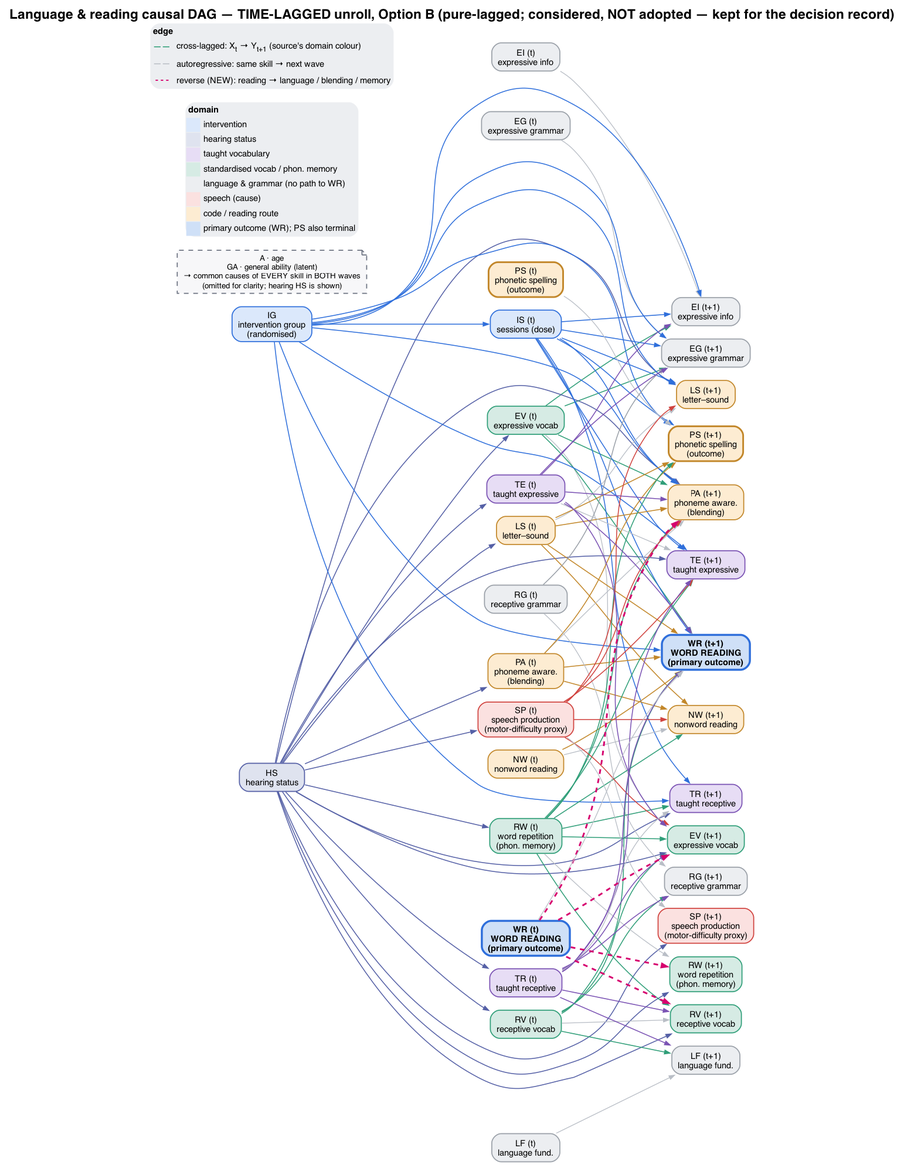
dseinternational/language-reading-predictors keeps this Graphviz diagram as dag/dag-language-reading-lagged.png. Above is the earlier version. Its source is kept beside it as dag/dag-language-reading-lagged.dot. The source it was exported from:
```dot
digraph LRP_LAGGED {
  rankdir=LR; bgcolor="white"; labelloc="t"; fontname="Helvetica-Bold"; fontsize=17;
  label="Language & reading causal DAG — TIME-LAGGED unroll, Option B (pure-lagged; considered, NOT adopted — kept for the decision record)";
  nodesep=0.24; ranksep=1.5; splines=true;
  node [shape=box, style="rounded,filled", fontname="Helvetica", fontsize=11, margin="0.11,0.06", penwidth=1.3, color="#9aa0a8", fillcolor="#eceef1"];
  edge [arrowsize=0.7];
  "EG_t" [label="EG (t)\nexpressive grammar", fillcolor="#eceef1", color="#9aa0a8"];
  "EG_t1" [label="EG (t+1)\nexpressive grammar", fillcolor="#eceef1", color="#9aa0a8"];
  "EI_t" [label="EI (t)\nexpressive info", fillcolor="#eceef1", color="#9aa0a8"];
  "EI_t1" [label="EI (t+1)\nexpressive info", fillcolor="#eceef1", color="#9aa0a8"];
  "EV_t" [label="EV (t)\nexpressive vocab", fillcolor="#d6ebe4", color="#2f9e78"];
  "EV_t1" [label="EV (t+1)\nexpressive vocab", fillcolor="#d6ebe4", color="#2f9e78"];
  "HS" [label="HS\nhearing status", fillcolor="#dfe3ef", color="#5560a6"];
  "IG" [label="IG\nintervention group\n(randomised)", fillcolor="#dbe8fb", color="#2f6fdb"];
  "IS_t" [label="IS (t)\nsessions (dose)", fillcolor="#dbe8fb", color="#2f6fdb"];
  "LF_t" [label="LF (t)\nlanguage fund.", fillcolor="#eceef1", color="#9aa0a8"];
  "LF_t1" [label="LF (t+1)\nlanguage fund.", fillcolor="#eceef1", color="#9aa0a8"];
  "LS_t" [label="LS (t)\nletter–sound", fillcolor="#fdecd2", color="#c2872a"];
  "LS_t1" [label="LS (t+1)\nletter–sound", fillcolor="#fdecd2", color="#c2872a"];
  "NW_t" [label="NW (t)\nnonword reading", fillcolor="#fdecd2", color="#c2872a"];
  "NW_t1" [label="NW (t+1)\nnonword reading", fillcolor="#fdecd2", color="#c2872a"];
  "PA_t" [label="PA (t)\nphoneme aware.\n(blending)", fillcolor="#fdecd2", color="#c2872a"];
  "PA_t1" [label="PA (t+1)\nphoneme aware.\n(blending)", fillcolor="#fdecd2", color="#c2872a"];
  "PS_t" [label="PS (t)\nphonetic spelling\n(outcome)", fillcolor="#fdecd2", color="#c2872a", penwidth=2.2];
  "PS_t1" [label="PS (t+1)\nphonetic spelling\n(outcome)", fillcolor="#fdecd2", color="#c2872a", penwidth=2.2];
  "RG_t" [label="RG (t)\nreceptive grammar", fillcolor="#eceef1", color="#9aa0a8"];
  "RG_t1" [label="RG (t+1)\nreceptive grammar", fillcolor="#eceef1", color="#9aa0a8"];
  "RV_t" [label="RV (t)\nreceptive vocab", fillcolor="#d6ebe4", color="#2f9e78"];
  "RV_t1" [label="RV (t+1)\nreceptive vocab", fillcolor="#d6ebe4", color="#2f9e78"];
  "RW_t" [label="RW (t)\nword repetition\n(phon. memory)", fillcolor="#d6ebe4", color="#2f9e78"];
  "RW_t1" [label="RW (t+1)\nword repetition\n(phon. memory)", fillcolor="#d6ebe4", color="#2f9e78"];
  "SP_t" [label="SP (t)\nspeech production\n(motor-difficulty proxy)", fillcolor="#fbe1e0", color="#d0433f"];
  "SP_t1" [label="SP (t+1)\nspeech production\n(motor-difficulty proxy)", fillcolor="#fbe1e0", color="#d0433f"];
  "TE_t" [label="TE (t)\ntaught expressive", fillcolor="#e7ddf5", color="#7a52b3"];
  "TE_t1" [label="TE (t+1)\ntaught expressive", fillcolor="#e7ddf5", color="#7a52b3"];
  "TR_t" [label="TR (t)\ntaught receptive", fillcolor="#e7ddf5", color="#7a52b3"];
  "TR_t1" [label="TR (t+1)\ntaught receptive", fillcolor="#e7ddf5", color="#7a52b3"];
  "WR_t" [label="WR (t)\nWORD READING\n(primary outcome)", fillcolor="#cfe0f7", color="#2f6fdb", penwidth=2.6, fontname="Helvetica-Bold"];
  "WR_t1" [label="WR (t+1)\nWORD READING\n(primary outcome)", fillcolor="#cfe0f7", color="#2f6fdb", penwidth=2.6, fontname="Helvetica-Bold"];
  ABG [label="A · age\nGA · general ability (latent)\n→ common causes of EVERY skill in BOTH waves\n(omitted for clarity; hearing HS is shown)", shape=note, fillcolor="#f7f7f9", color="#6b7280", fontsize=10, style="filled,dashed"];
  LEG [shape=none, margin=0, label=<
    <table border="0" cellborder="0" cellspacing="1" cellpadding="3">
      <tr><td colspan="2" align="left"><b>domain</b></td></tr>
      <tr><td bgcolor="#dbe8fb" width="18"> </td><td align="left">intervention</td></tr>
      <tr><td bgcolor="#dfe3ef" width="18"> </td><td align="left">hearing status</td></tr>
      <tr><td bgcolor="#e7ddf5" width="18"> </td><td align="left">taught vocabulary</td></tr>
      <tr><td bgcolor="#d6ebe4" width="18"> </td><td align="left">standardised vocab / phon. memory</td></tr>
      <tr><td bgcolor="#eceef1" width="18"> </td><td align="left">language &amp; grammar (no path to WR)</td></tr>
      <tr><td bgcolor="#fbe1e0" width="18"> </td><td align="left">speech (cause)</td></tr>
      <tr><td bgcolor="#fdecd2" width="18"> </td><td align="left">code / reading route</td></tr>
      <tr><td bgcolor="#cfe0f7" width="18"> </td><td align="left">primary outcome (WR); PS also terminal</td></tr>
    </table>>];
  LEG2 [shape=none, margin=0, label=<
    <table border="0" cellborder="0" cellspacing="1" cellpadding="3">
      <tr><td colspan="2" align="left"><b>edge</b></td></tr>
      <tr><td><font color="#2f9e78"><b>&#8212;&#8212;</b></font></td><td align="left">cross-lagged: X<sub>t</sub> &#8594; Y<sub>t+1</sub> (source's domain colour)</td></tr>
      <tr><td><font color="#b9bec6"><b>&#8212;&#8212;</b></font></td><td align="left">autoregressive: same skill &#8594; next wave</td></tr>
      <tr><td><font color="#d6006e"><b>- - -</b></font></td><td align="left">reverse (NEW): reading &#8594; language / blending / memory</td></tr>
    </table>>];
  "TR_t" -> "TR_t1" [color="#b9bec6", penwidth=1.0];
  "TE_t" -> "TE_t1" [color="#b9bec6", penwidth=1.0];
  "RV_t" -> "RV_t1" [color="#b9bec6", penwidth=1.0];
  "EV_t" -> "EV_t1" [color="#b9bec6", penwidth=1.0];
  "LF_t" -> "LF_t1" [color="#b9bec6", penwidth=1.0];
  "RG_t" -> "RG_t1" [color="#b9bec6", penwidth=1.0];
  "RW_t" -> "RW_t1" [color="#b9bec6", penwidth=1.0];
  "EI_t" -> "EI_t1" [color="#b9bec6", penwidth=1.0];
  "EG_t" -> "EG_t1" [color="#b9bec6", penwidth=1.0];
  "SP_t" -> "SP_t1" [color="#b9bec6", penwidth=1.0];
  "LS_t" -> "LS_t1" [color="#b9bec6", penwidth=1.0];
  "NW_t" -> "NW_t1" [color="#b9bec6", penwidth=1.0];
  "PA_t" -> "PA_t1" [color="#b9bec6", penwidth=1.0];
  "PS_t" -> "PS_t1" [color="#b9bec6", penwidth=1.0];
  "WR_t" -> "WR_t1" [color="#b9bec6", penwidth=1.0];
  "TR_t" -> "TE_t1" [color="#7a52b3", penwidth=1.15];
  "TR_t" -> "RV_t1" [color="#7a52b3", penwidth=1.15];
  "TR_t" -> "EV_t1" [color="#7a52b3", penwidth=1.15];
  "TR_t" -> "LF_t1" [color="#7a52b3", penwidth=1.15];
  "TR_t" -> "RG_t1" [color="#7a52b3", penwidth=1.15];
  "TR_t" -> "WR_t1" [color="#7a52b3", penwidth=1.15];
  "TE_t" -> "EV_t1" [color="#7a52b3", penwidth=1.15];
  "TE_t" -> "EG_t1" [color="#7a52b3", penwidth=1.15];
  "TE_t" -> "EI_t1" [color="#7a52b3", penwidth=1.15];
  "TE_t" -> "PA_t1" [color="#7a52b3", penwidth=1.15];
  "TE_t" -> "WR_t1" [color="#7a52b3", penwidth=1.15];
  "RW_t" -> "TE_t1" [color="#2f9e78", penwidth=1.15];
  "RW_t" -> "EV_t1" [color="#2f9e78", penwidth=1.15];
  "RW_t" -> "TR_t1" [color="#2f9e78", penwidth=1.15];
  "RW_t" -> "RV_t1" [color="#2f9e78", penwidth=1.15];
  "RW_t" -> "PA_t1" [color="#2f9e78", penwidth=1.15];
  "RW_t" -> "NW_t1" [color="#2f9e78", penwidth=1.15];
  "RW_t" -> "PS_t1" [color="#2f9e78", penwidth=1.15];
  "RV_t" -> "EV_t1" [color="#2f9e78", penwidth=1.15];
  "RV_t" -> "LF_t1" [color="#2f9e78", penwidth=1.15];
  "RV_t" -> "RG_t1" [color="#2f9e78", penwidth=1.15];
  "RV_t" -> "WR_t1" [color="#2f9e78", penwidth=1.15];
  "EV_t" -> "EG_t1" [color="#2f9e78", penwidth=1.15];
  "EV_t" -> "EI_t1" [color="#2f9e78", penwidth=1.15];
  "EV_t" -> "PA_t1" [color="#2f9e78", penwidth=1.15];
  "EV_t" -> "WR_t1" [color="#2f9e78", penwidth=1.15];
  "SP_t" -> "TE_t1" [color="#d0433f", penwidth=1.15];
  "SP_t" -> "EV_t1" [color="#d0433f", penwidth=1.15];
  "SP_t" -> "LS_t1" [color="#d0433f", penwidth=1.15];
  "SP_t" -> "PA_t1" [color="#d0433f", penwidth=1.15];
  "SP_t" -> "NW_t1" [color="#d0433f", penwidth=1.15];
  "LS_t" -> "NW_t1" [color="#c2872a", penwidth=1.15];
  "LS_t" -> "PA_t1" [color="#c2872a", penwidth=1.15];
  "LS_t" -> "PS_t1" [color="#c2872a", penwidth=1.15];
  "LS_t" -> "WR_t1" [color="#c2872a", penwidth=1.15];
  "NW_t" -> "WR_t1" [color="#c2872a", penwidth=1.15];
  "PA_t" -> "NW_t1" [color="#c2872a", penwidth=1.15];
  "PA_t" -> "WR_t1" [color="#c2872a", penwidth=1.15];
  "PA_t" -> "PS_t1" [color="#c2872a", penwidth=1.15];
  "RG_t" -> "EG_t1" [color="#9aa0a8", penwidth=1.15];
  "WR_t" -> "EV_t1" [color="#d6006e", style=dashed, penwidth=2.2];
  "WR_t" -> "RV_t1" [color="#d6006e", style=dashed, penwidth=2.2];
  "WR_t" -> "PA_t1" [color="#d6006e", style=dashed, penwidth=2.2];
  "WR_t" -> "RW_t1" [color="#d6006e", style=dashed, penwidth=2.2];
  "HS" -> "TR_t" [color="#5560a6", penwidth=1.15];
  "HS" -> "RV_t" [color="#5560a6", penwidth=1.15];
  "HS" -> "TE_t" [color="#5560a6", penwidth=1.15];
  "HS" -> "EV_t" [color="#5560a6", penwidth=1.15];
  "HS" -> "SP_t" [color="#5560a6", penwidth=1.15];
  "HS" -> "RW_t" [color="#5560a6", penwidth=1.15];
  "HS" -> "PA_t" [color="#5560a6", penwidth=1.15];
  "HS" -> "LS_t" [color="#5560a6", penwidth=1.15];
  "HS" -> "TR_t1" [color="#5560a6", penwidth=1.15];
  "HS" -> "RV_t1" [color="#5560a6", penwidth=1.15];
  "HS" -> "TE_t1" [color="#5560a6", penwidth=1.15];
  "HS" -> "EV_t1" [color="#5560a6", penwidth=1.15];
  "HS" -> "SP_t1" [color="#5560a6", penwidth=1.15];
  "HS" -> "RW_t1" [color="#5560a6", penwidth=1.15];
  "HS" -> "PA_t1" [color="#5560a6", penwidth=1.15];
  "HS" -> "LS_t1" [color="#5560a6", penwidth=1.15];
  "IG" -> "IS_t" [color="#2f6fdb", penwidth=1.15];
  "IG" -> "TR_t1" [color="#2f6fdb", penwidth=1.15];
  "IG" -> "TE_t1" [color="#2f6fdb", penwidth=1.15];
  "IG" -> "PA_t1" [color="#2f6fdb", penwidth=1.15];
  "IG" -> "LS_t1" [color="#2f6fdb", penwidth=1.15];
  "IG" -> "WR_t1" [color="#2f6fdb", penwidth=1.15];
  "IG" -> "PS_t1" [color="#2f6fdb", penwidth=1.15];
  "IG" -> "EI_t1" [color="#2f6fdb", penwidth=1.15];
  "IG" -> "EG_t1" [color="#2f6fdb", penwidth=1.15];
  "IS_t" -> "TR_t1" [color="#2f6fdb", penwidth=1.15];
  "IS_t" -> "TE_t1" [color="#2f6fdb", penwidth=1.15];
  "IS_t" -> "PA_t1" [color="#2f6fdb", penwidth=1.15];
  "IS_t" -> "LS_t1" [color="#2f6fdb", penwidth=1.15];
  "IS_t" -> "WR_t1" [color="#2f6fdb", penwidth=1.15];
  "IS_t" -> "PS_t1" [color="#2f6fdb", penwidth=1.15];
  "IS_t" -> "EI_t1" [color="#2f6fdb", penwidth=1.15];
  "IS_t" -> "EG_t1" [color="#2f6fdb", penwidth=1.15];
  {rank=source; "IG"; "HS"; "ABG"; "LEG"; "LEG2";}
  {rank=same; "EG_t"; "EI_t"; "EV_t"; "IS_t"; "LF_t"; "LS_t"; "NW_t"; "PA_t"; "PS_t"; "RG_t"; "RV_t"; "RW_t"; "SP_t"; "TE_t"; "TR_t"; "WR_t";}
  {rank=same; "EG_t1"; "EI_t1"; "EV_t1"; "LF_t1"; "LS_t1"; "NW_t1"; "PA_t1"; "PS_t1"; "RG_t1"; "RV_t1"; "RW_t1"; "SP_t1"; "TE_t1"; "TR_t1"; "WR_t1";}
}
```
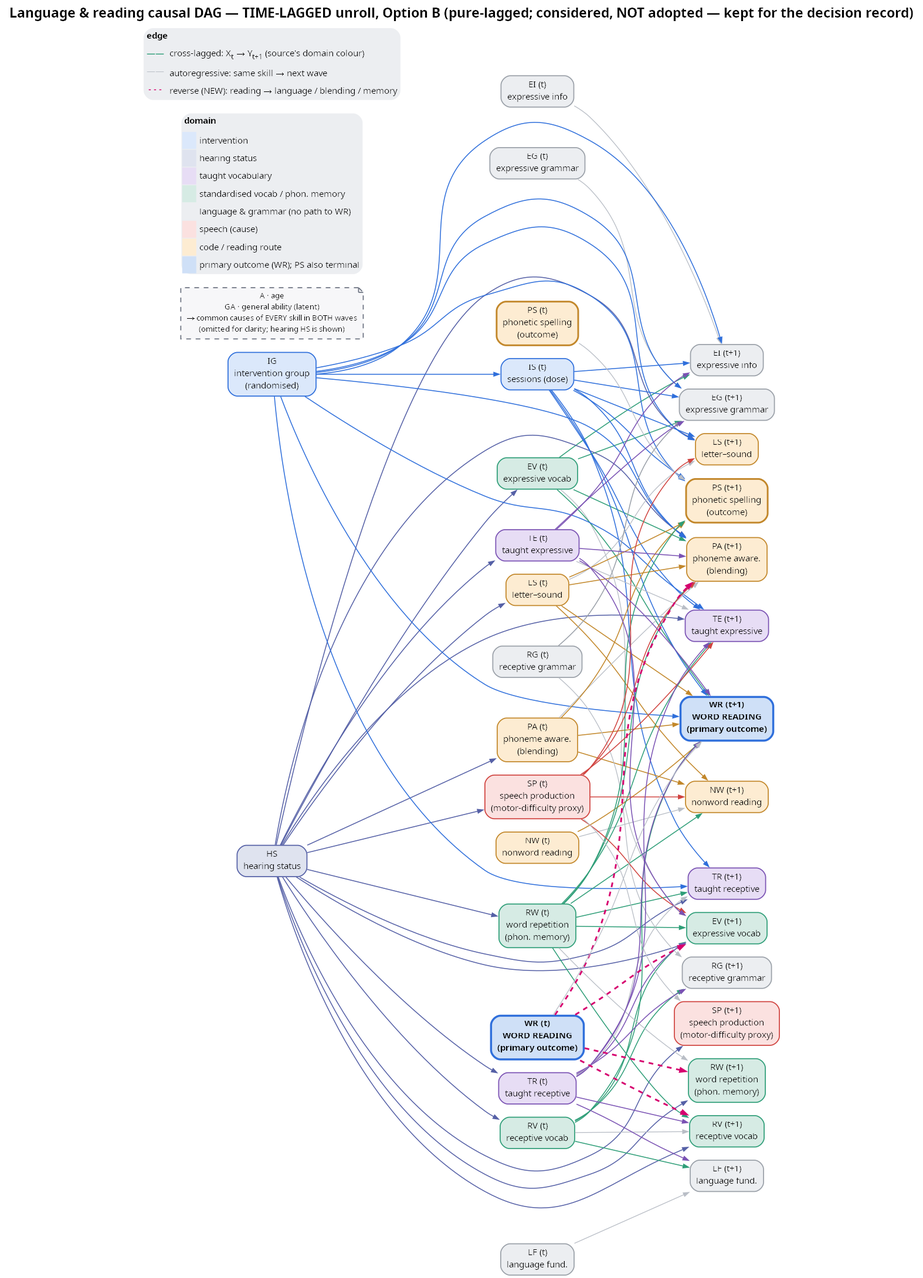
Later version of the same file.

Diff of the diagram source:
```diff
@@ -1,8 +1,8 @@
 digraph LRP_LAGGED {
-  rankdir=LR; bgcolor="white"; labelloc="t"; fontname="Helvetica-Bold"; fontsize=17;
-  label="Language & reading causal DAG — TIME-LAGGED unroll, Option B (pure-lagged; considered, NOT adopted — kept for the decision record)";
+  rankdir=LR; bgcolor="white"; labelloc="t"; fontname="Noto Sans,sans-serif"; fontsize=17;
+  label=<<B>Language &amp; reading causal DAG — TIME-LAGGED unroll, Option B (pure-lagged; considered, NOT adopted — kept for the decision record)</B>>;
   nodesep=0.24; ranksep=1.5; splines=true;
-  node [shape=box, style="rounded,filled", fontname="Helvetica", fontsize=11, margin="0.11,0.06", penwidth=1.3, color="#9aa0a8", fillcolor="#eceef1"];
+  node [shape=box, style="rounded,filled", fontname="Noto Sans,sans-serif", fontsize=11, margin="0.11,0.06", penwidth=1.3, color="#9aa0a8", fillcolor="#eceef1"];
   edge [arrowsize=0.7];
   "EG_t" [label="EG (t)\nexpressive grammar", fillcolor="#eceef1", color="#9aa0a8"];
   "EG_t1" [label="EG (t+1)\nexpressive grammar", fillcolor="#eceef1", color="#9aa0a8"];
@@ -35,8 +35,8 @@
   "TE_t1" [label="TE (t+1)\ntaught expressive", fillcolor="#e7ddf5", color="#7a52b3"];
   "TR_t" [label="TR (t)\ntaught receptive", fillcolor="#e7ddf5", color="#7a52b3"];
   "TR_t1" [label="TR (t+1)\ntaught receptive", fillcolor="#e7ddf5", color="#7a52b3"];
-  "WR_t" [label="WR (t)\nWORD READING\n(primary outcome)", fillcolor="#cfe0f7", color="#2f6fdb", penwidth=2.6, fontname="Helvetica-Bold"];
-  "WR_t1" [label="WR (t+1)\nWORD READING\n(primary outcome)", fillcolor="#cfe0f7", color="#2f6fdb", penwidth=2.6, fontname="Helvetica-Bold"];
+  "WR_t" [label=<<TABLE BORDER="0" CELLSPACING="0" CELLPADDING="0"><TR><TD><B>WR (t)</B></TD></TR><TR><TD><B>WORD READING</B></TD></TR><TR><TD><B>(primary outcome)</B></TD></TR></TABLE>>, fillcolor="#cfe0f7", color="#2f6fdb", penwidth=2.6];
+  "WR_t1" [label=<<TABLE BORDER="0" CELLSPACING="0" CELLPADDING="0"><TR><TD><B>WR (t+1)</B></TD></TR><TR><TD><B>WORD READING</B></TD></TR><TR><TD><B>(primary outcome)</B></TD></TR></TABLE>>, fillcolor="#cfe0f7", color="#2f6fdb", penwidth=2.6];
   ABG [label="A · age\nGA · general ability (latent)\n→ common causes of EVERY skill in BOTH waves\n(omitted for clarity; hearing HS is shown)", shape=note, fillcolor="#f7f7f9", color="#6b7280", fontsize=10, style="filled,dashed"];
   LEG [shape=none, margin=0, label=<
     <table border="0" cellborder="0" cellspacing="1" cellpadding="3">
```
